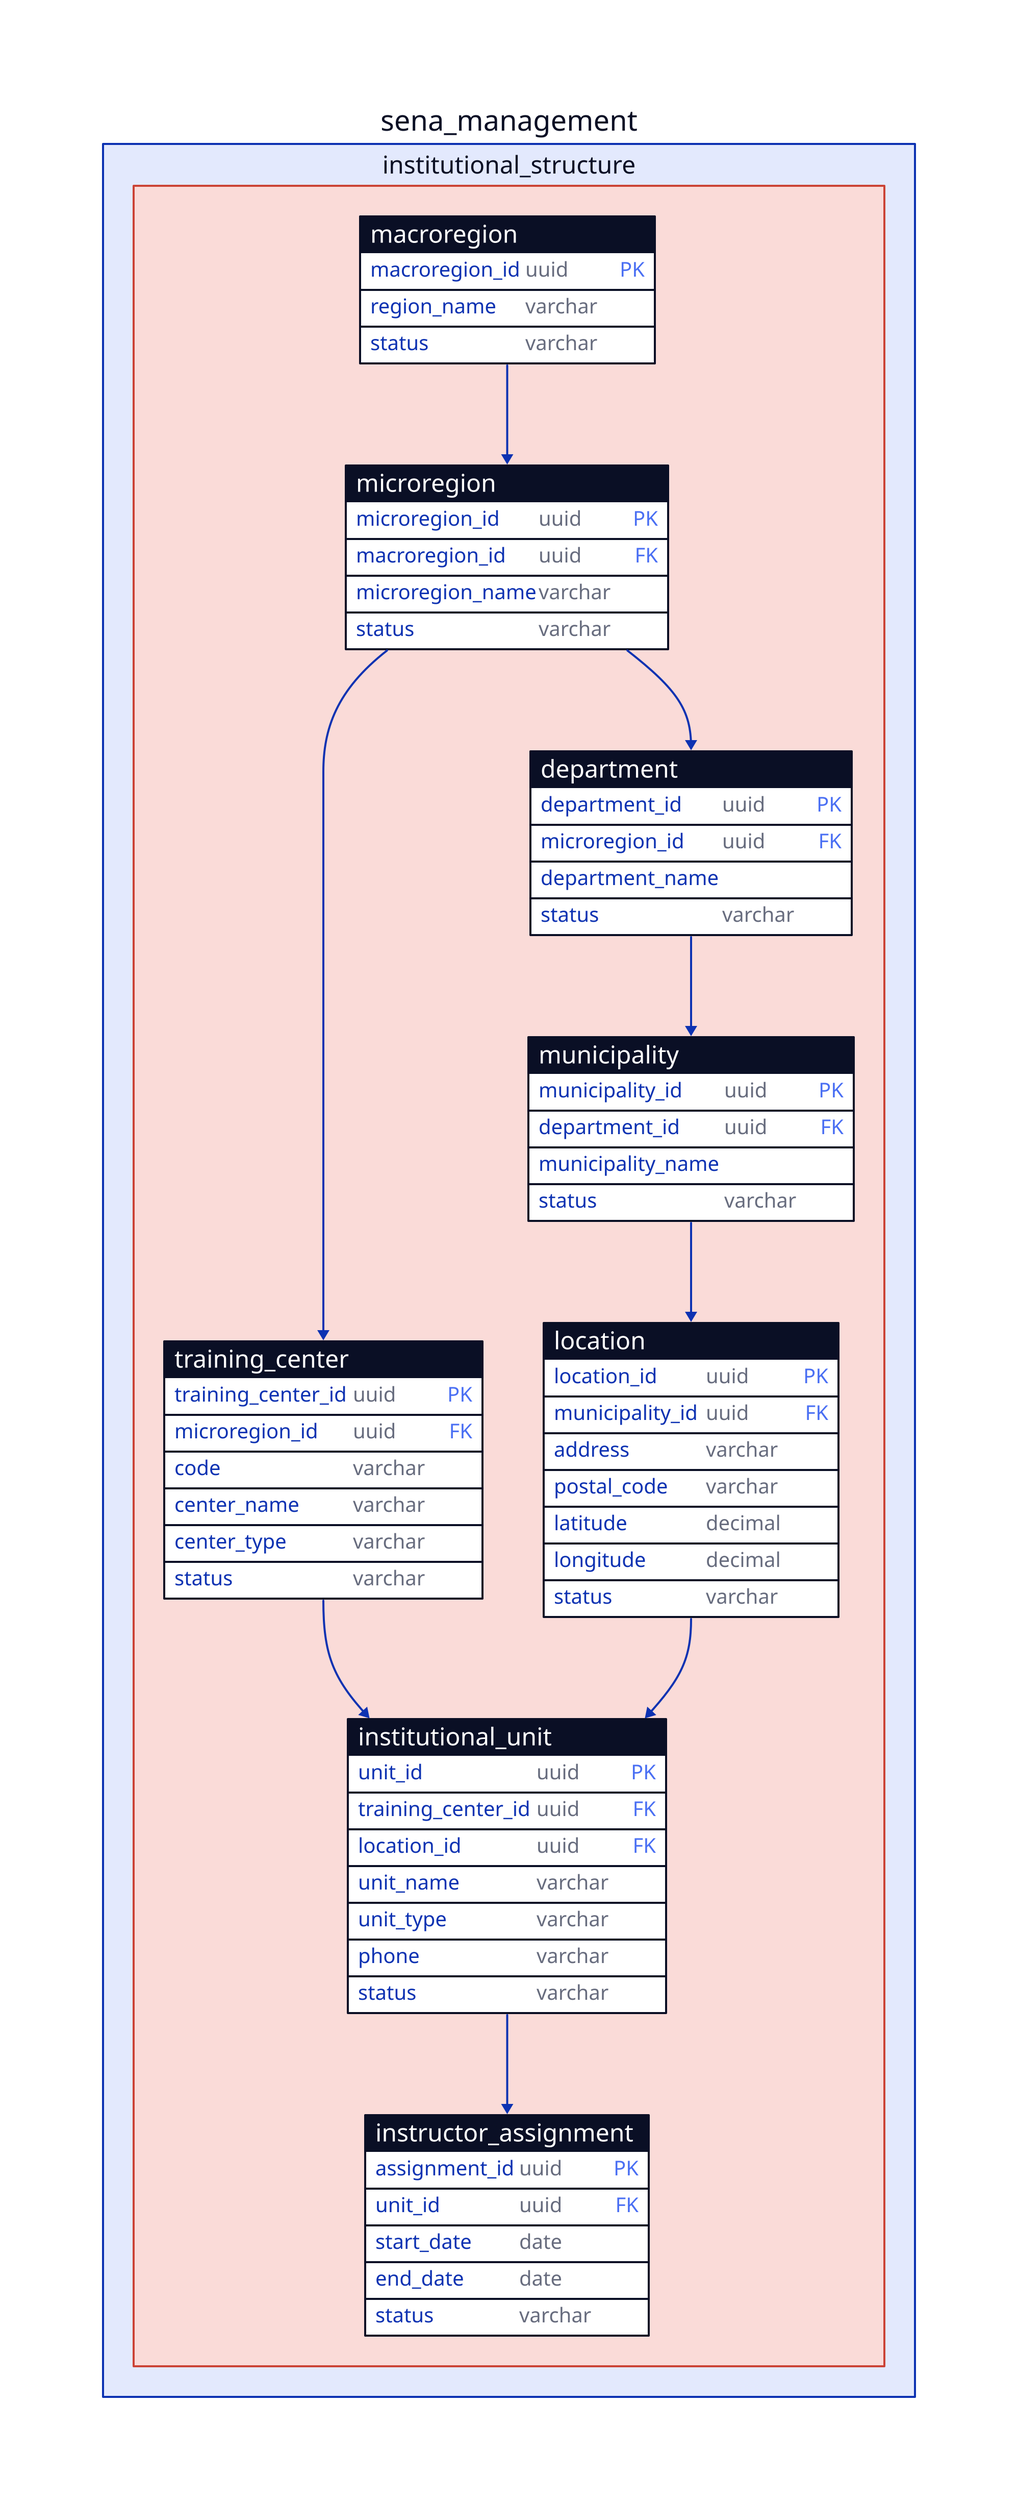
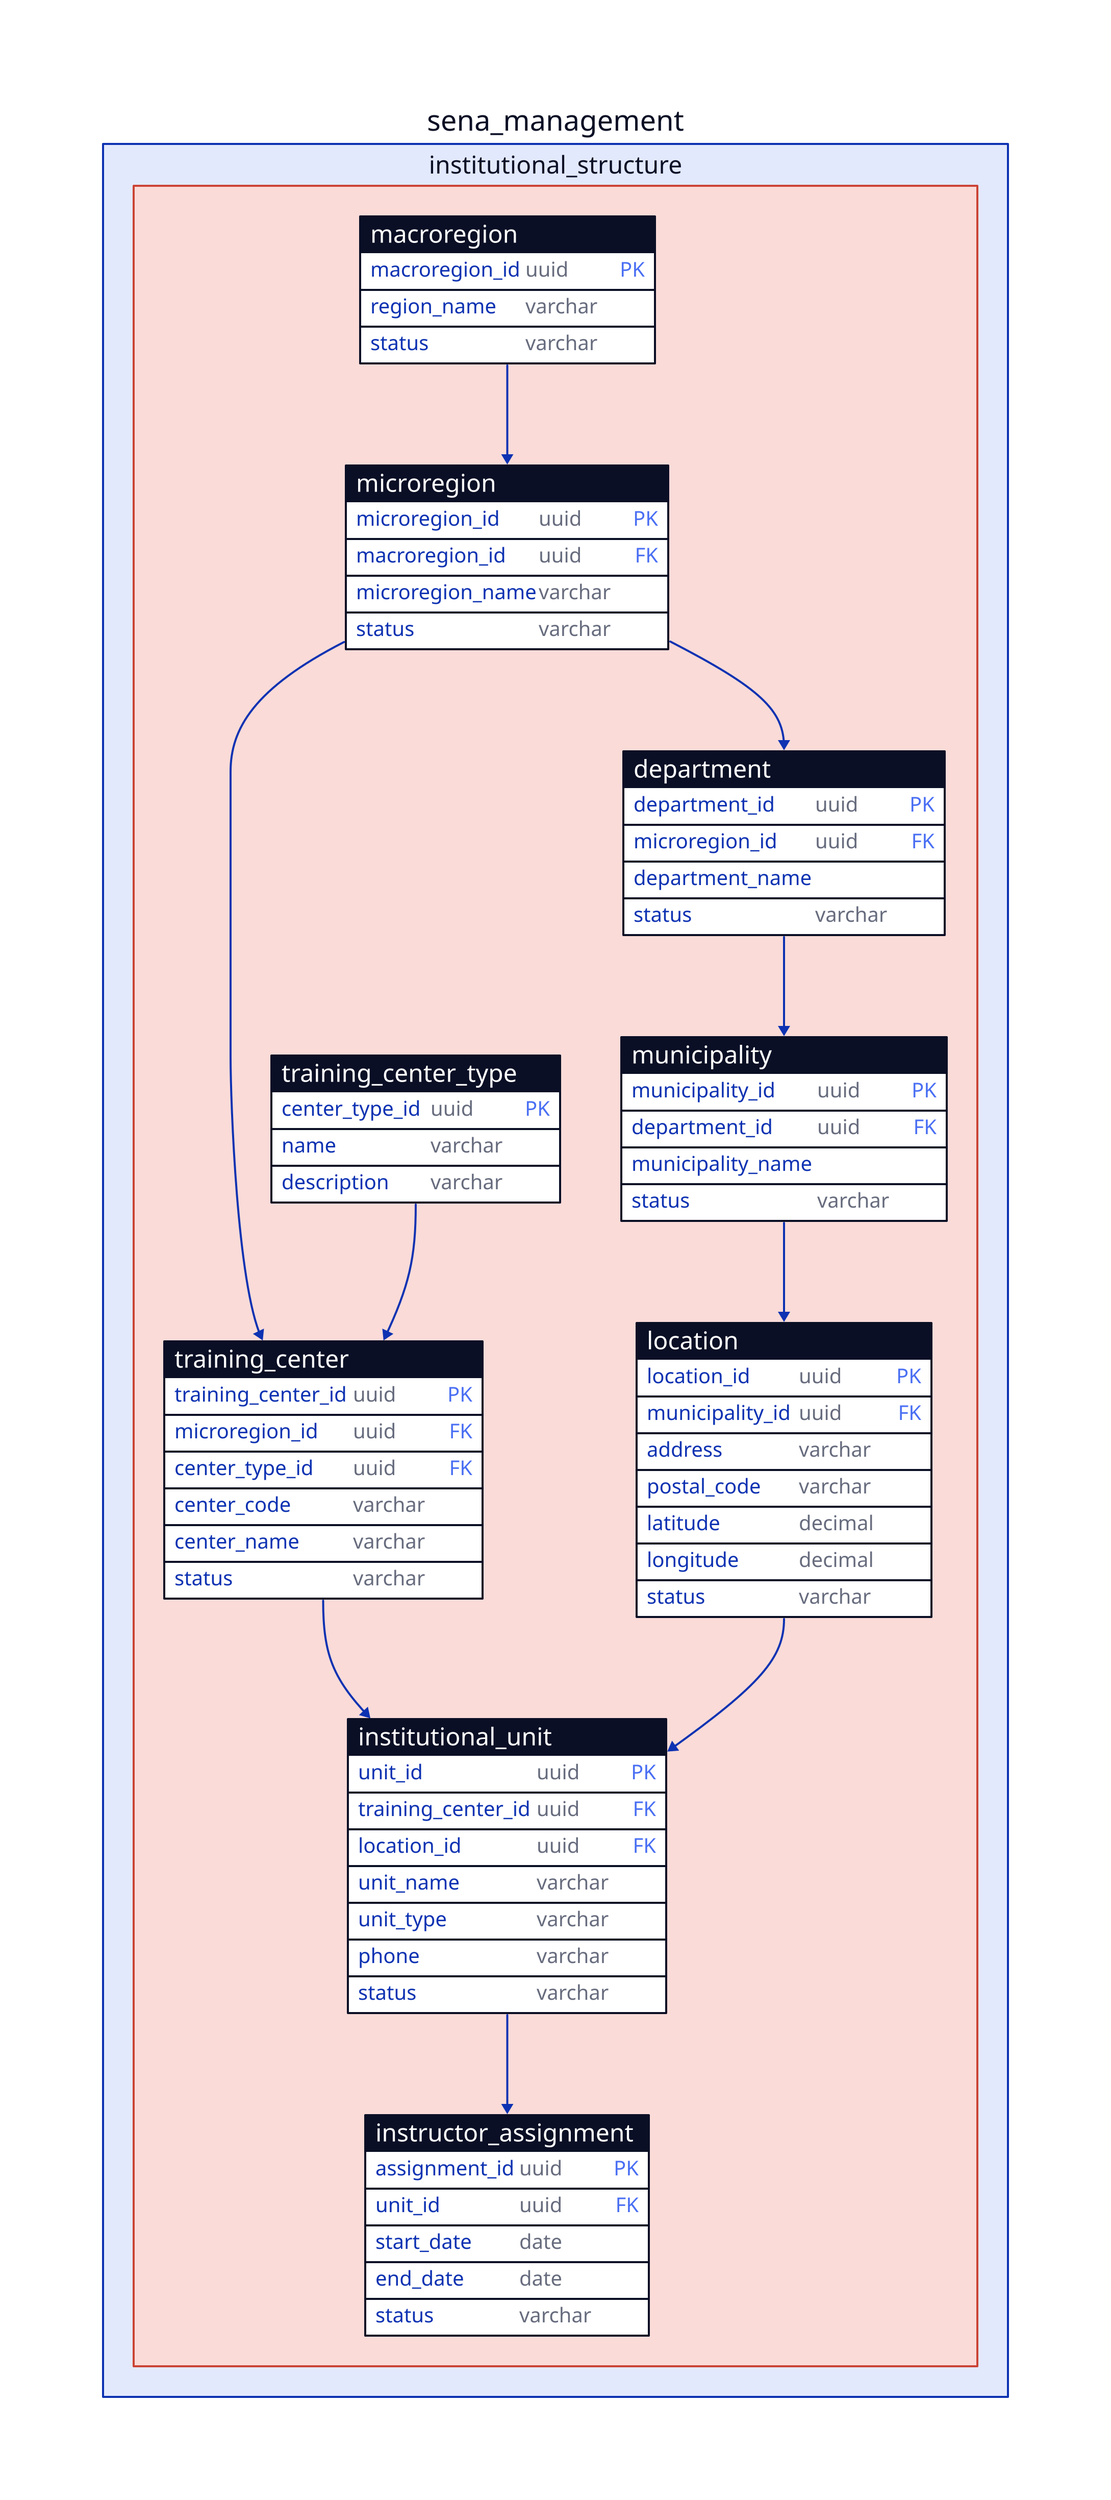
sena_management: {
  institutional_structure: {
    style.fill: "#FADBD8"
    style.stroke: "#CB4335"

    macroregion: {
      shape: sql_table

      macroregion_id: uuid {constraint: primary_key}
      region_name: varchar
      status: varchar
    }

    microregion: {
      shape: sql_table

      microregion_id: uuid {constraint: primary_key}
      macroregion_id: uuid {constraint: foreign_key}
      microregion_name: varchar
      status: varchar
    }

    training_center: {
      shape: sql_table

      training_center_id: uuid {constraint: primary_key}
      microregion_id: uuid {constraint: foreign_key}
-       code: varchar
+       center_type_id: uuid {constraint: foreign_key}
+       center_code: varchar
      center_name: varchar
-       center_type: varchar
      status: varchar
    }

    institutional_unit: {
      shape: sql_table

      unit_id: uuid {constraint: primary_key}
      training_center_id: uuid {constraint: foreign_key}
      location_id: uuid {constraint: foreign_key}
      unit_name: varchar
      unit_type: varchar
      phone: varchar
      status: varchar
    }

    instructor_assignment: {
      shape: sql_table

      assignment_id: uuid {constraint: primary_key}
      unit_id: uuid {constraint: foreign_key}
      start_date: date
      end_date: date
      status: varchar
    }

    location: {
      shape: sql_table

      location_id: uuid {constraint: primary_key}
      municipality_id: uuid {constraint: foreign_key}
      address: varchar
      postal_code: varchar
      latitude: decimal
      longitude: decimal
      status: varchar
    }

    department: {
      shape: sql_table

      department_id: uuid {constraint: primary_key}
      microregion_id: uuid {constraint: foreign_key}
      department_name
      status: varchar
    }

    municipality: {
      shape: sql_table

      municipality_id: uuid {constraint: primary_key}
      department_id: uuid {constraint: foreign_key}
      municipality_name
      status: varchar
    }
+ 
+     training_center_type: {
+       shape: sql_table
+ 
+       center_type_id: uuid {constraint: primary_key}
+       name: varchar
+       description: varchar
+     }
  }

  institutional_structure.macroregion.macroregion_id -> institutional_structure.microregion.macroregion_id

  institutional_structure.microregion.microregion_id -> institutional_structure.training_center.microregion_id

  institutional_structure.training_center.training_center_id -> institutional_structure.institutional_unit.training_center_id

  institutional_structure.institutional_unit.unit_id -> institutional_structure.instructor_assignment.unit_id

  institutional_structure.municipality.municipality_id -> institutional_structure.location.municipality_id

  institutional_structure.microregion.microregion_id -> institutional_structure.department.microregion_id

  institutional_structure.department.department_id -> institutional_structure.municipality.department_id

  institutional_structure.location.location_id -> institutional_structure.institutional_unit.location_id
+ 
+   institutional_structure.training_center_type.center_type_id -> institutional_structure.training_center.center_type_id
}

+ 
